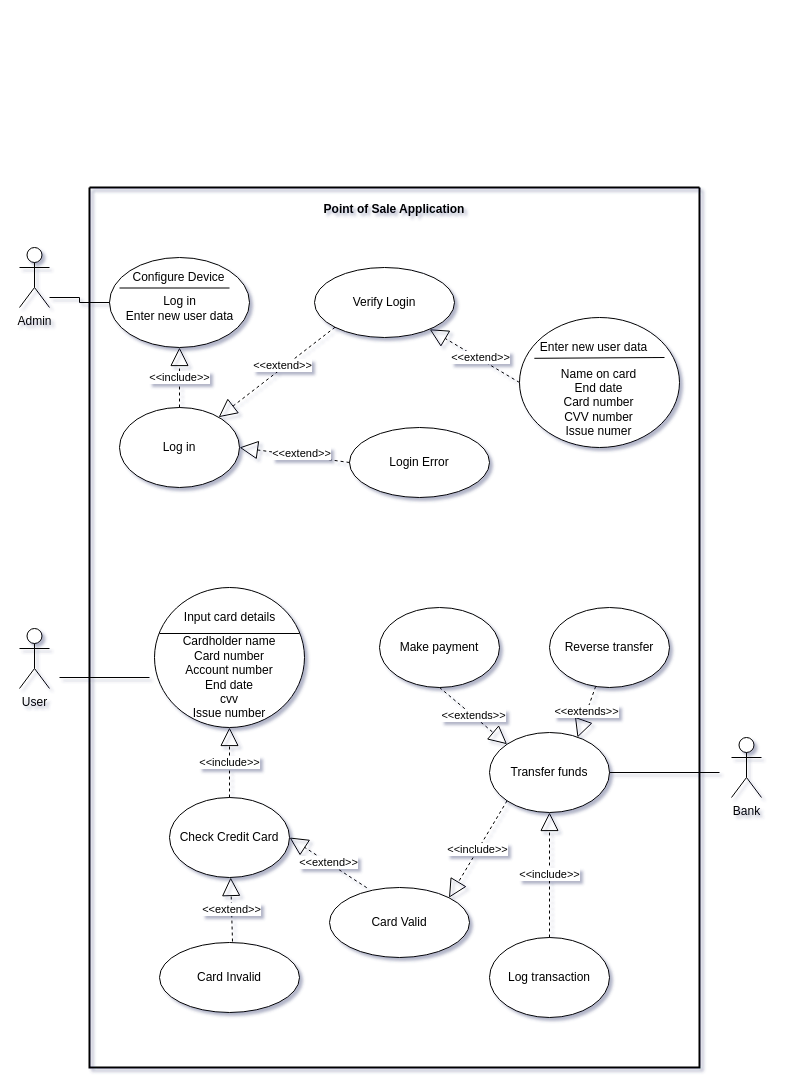
Earlier version of the draw.io diagram docs/UMLDiagrams/UsecaseDiagram.drawio (TomStrong/Com528-Assessment). Source tidied: cells renumbered, new cells numbered last; positions are measured from the earlier drawing's top-left corner, leaving out a move shared by most shapes. Both pictures are drawn from the tidied source at 100%, with x=0, y=0 at pixel (19, 187).
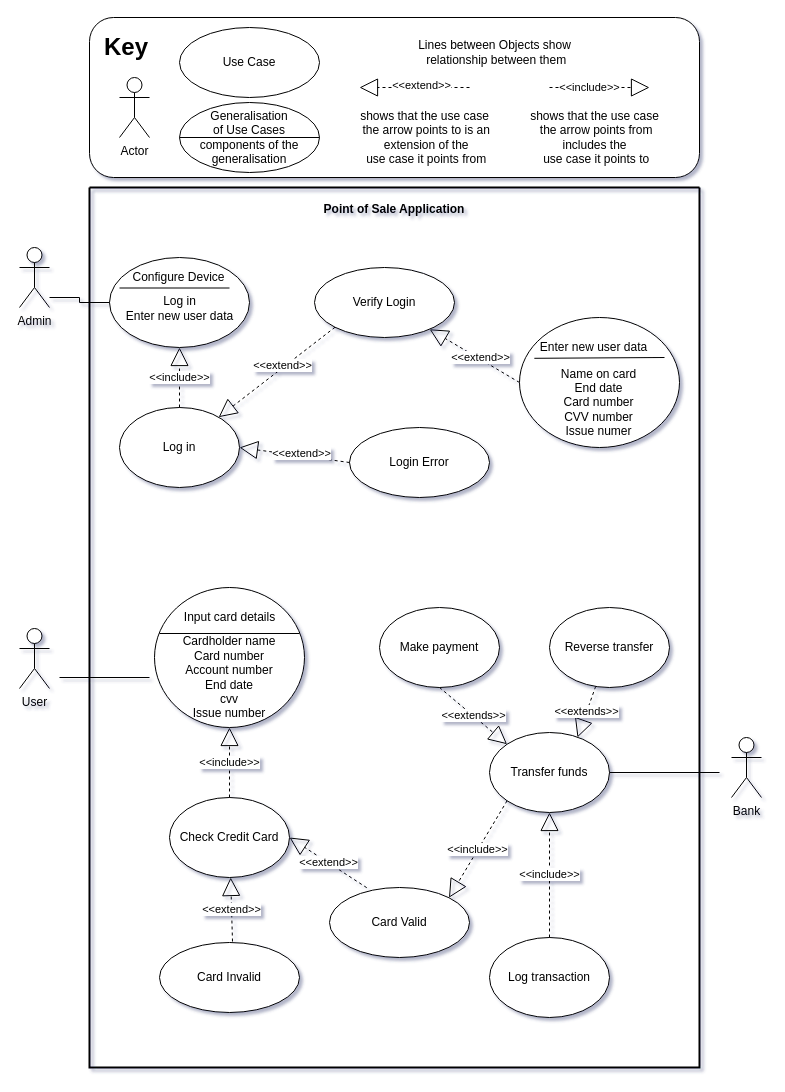
Above is the later version.

Commit message (it also covers changes not shown here):
added keys to diagrams

Change to the diagram source:
```diff
@@
+    <mxCell id="45" style="rounded=1;whiteSpace=wrap;html=1;" parent="1" vertex="1">
+      <mxGeometry x="70" y="-170" width="610" height="160" as="geometry" />
+    </mxCell>
@@
+    <mxCell id="46" value="&lt;h1&gt;Key&lt;/h1&gt;" style="text;html=1;strokeColor=none;fillColor=none;spacing=5;spacingTop=-20;whiteSpace=wrap;overflow=hidden;rounded=0;" parent="1" vertex="1">
+      <mxGeometry x="80" y="-160" width="70" height="40" as="geometry" />
+    </mxCell>
+    <mxCell id="47" value="Actor" style="shape=umlActor;verticalLabelPosition=bottom;verticalAlign=top;html=1;" parent="1" vertex="1">
+      <mxGeometry x="100" y="-110" width="30" height="60" as="geometry" />
+    </mxCell>
+    <mxCell id="48" value="Use Case" style="ellipse;whiteSpace=wrap;html=1;" parent="1" vertex="1">
+      <mxGeometry x="160" y="-160" width="140" height="70" as="geometry" />
+    </mxCell>
+    <mxCell id="49" value="&amp;lt;&amp;lt;extend&amp;gt;&amp;gt;" style="endArrow=block;endSize=16;endFill=0;html=1;rounded=0;dashed=1;" parent="1" edge="1">
+      <mxGeometry x="-0.12" y="-2" relative="1" as="geometry">
+        <mxPoint x="450" y="-100" as="sourcePoint" />
+        <mxPoint x="340" y="-100" as="targetPoint" />
+      </mxGeometry>
+    </mxCell>
+    <mxCell id="50" value="&amp;lt;&amp;lt;include&amp;gt;&amp;gt;" style="endArrow=block;endSize=16;endFill=0;html=1;rounded=0;dashed=1;" parent="1" edge="1">
+      <mxGeometry x="-0.2" relative="1" as="geometry">
+        <mxPoint x="530" y="-100" as="sourcePoint" />
+        <mxPoint x="630" y="-100" as="targetPoint" />
+        <Array as="points">
+          <mxPoint x="580" y="-100" />
+        </Array>
+      </mxGeometry>
+    </mxCell>
+    <mxCell id="51" value="shows that the use case&lt;br&gt;&amp;nbsp;the arrow points to is an&lt;br&gt;&amp;nbsp;extension of the&lt;br&gt;&amp;nbsp;use case it points from" style="text;html=1;align=center;verticalAlign=middle;strokeColor=none;fillColor=none;" parent="1" vertex="1">
+      <mxGeometry x="330" y="-80" width="150" height="60" as="geometry" />
+    </mxCell>
+    <mxCell id="52" value="Lines between Objects show&lt;br&gt;&amp;nbsp;relationship between them" style="text;html=1;align=center;verticalAlign=middle;strokeColor=none;fillColor=none;" parent="1" vertex="1">
+      <mxGeometry x="390" y="-150" width="170" height="30" as="geometry" />
+    </mxCell>
+    <mxCell id="53" value="shows that the use case&lt;br&gt;&amp;nbsp;the arrow points from&lt;br&gt;includes&amp;nbsp;the&lt;br&gt;&amp;nbsp;use case it points to" style="text;html=1;align=center;verticalAlign=middle;strokeColor=none;fillColor=none;" parent="1" vertex="1">
+      <mxGeometry x="505" y="-80" width="140" height="60" as="geometry" />
+    </mxCell>
+    <mxCell id="54" value="Generalisation&lt;br&gt;of Use Cases&lt;br&gt;components of the generalisation" style="ellipse;whiteSpace=wrap;html=1;" parent="1" vertex="1">
+      <mxGeometry x="160" y="-85" width="140" height="70" as="geometry" />
+    </mxCell>
+    <mxCell id="55" style="endArrow=none;html=1;rounded=0;exitX=0;exitY=0.5;exitDx=0;exitDy=0;" parent="1" edge="1" source="54">
+      <mxGeometry relative="1" as="geometry">
+        <mxPoint x="300" y="-50" as="targetPoint" />
+      </mxGeometry>
+    </mxCell>
```
